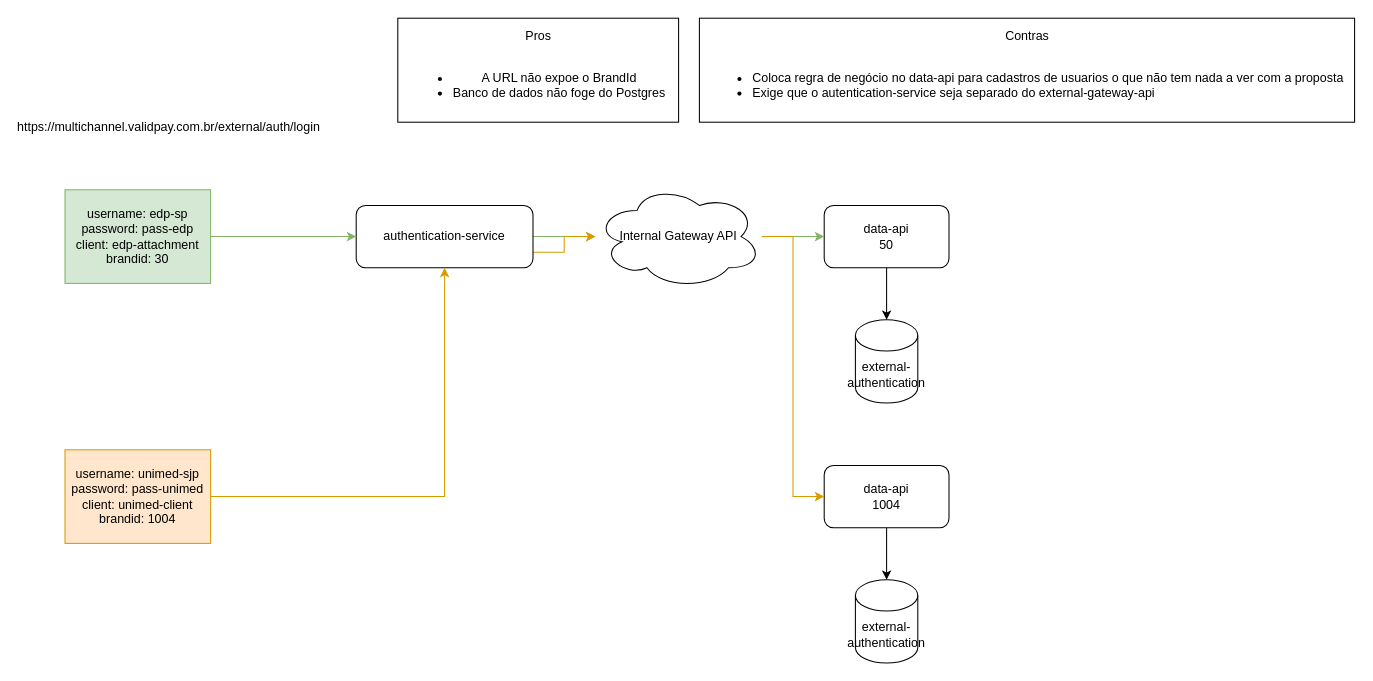
caio-bueno/draws-valid keeps this draw.io diagram as page "Banco de dados Postgres - dataapi" (2 of 4) of Diagrama sem nome.drawio. Above is the earlier version. Source tidied: cells renumbered, new cells numbered last; positions are measured from the earlier drawing's top-left corner, leaving out a move shared by most shapes. Both pictures are drawn from the tidied source at 104%, with x=0, y=0 at pixel (64, 18).
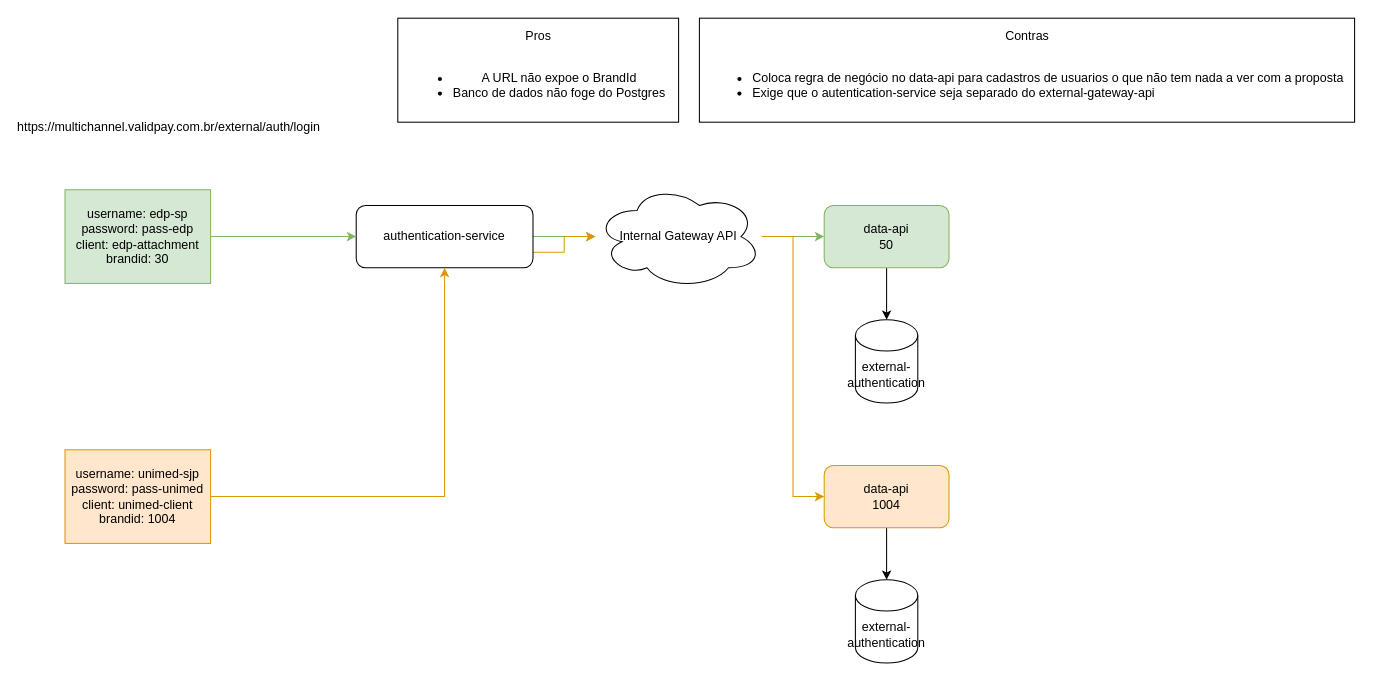
After the change.

What changed in the source:
```diff
@@
-    <mxCell id="4" value="data-api&lt;br&gt;50" style="rounded=1;whiteSpace=wrap;html=1;" parent="1" vertex="1">
+    <mxCell id="4" value="data-api&lt;br&gt;50" style="rounded=1;whiteSpace=wrap;html=1;fillColor=#d5e8d4;strokeColor=#82b366;" parent="1" vertex="1">
       <mxGeometry x="730" y="180" width="120" height="60" as="geometry" />
     </mxCell>
@@
-    <mxCell id="6" value="data-api&lt;br&gt;1004" style="rounded=1;whiteSpace=wrap;html=1;" parent="1" vertex="1">
+    <mxCell id="6" value="data-api&lt;br&gt;1004" style="rounded=1;whiteSpace=wrap;html=1;fillColor=#ffe6cc;strokeColor=#d79b00;" parent="1" vertex="1">
       <mxGeometry x="730" y="430" width="120" height="60" as="geometry" />
     </mxCell>
```
